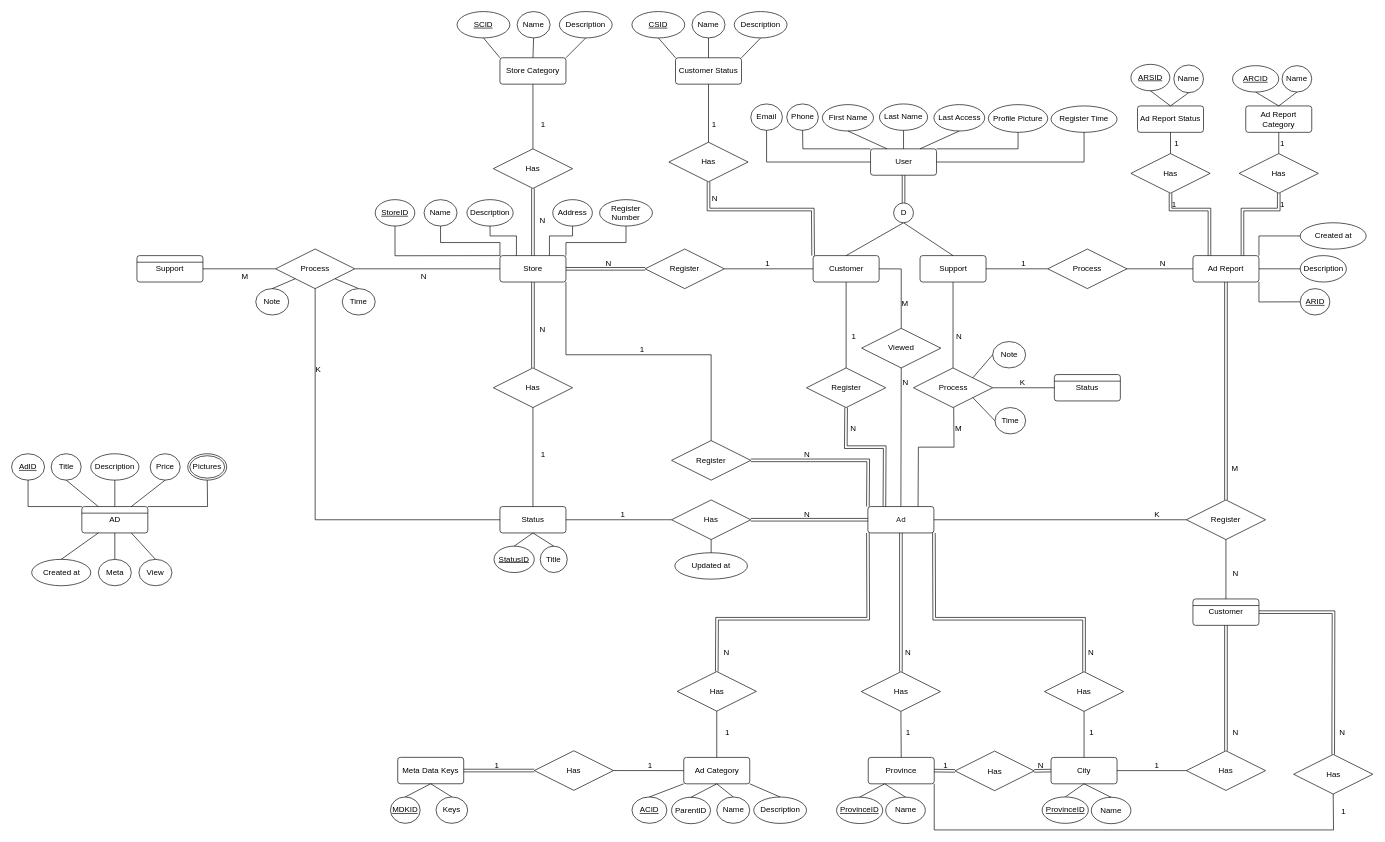
Before: Project.drawio in Bozi303/ERDiagram, a draw.io diagram. Source tidied: cells renumbered, new cells numbered last; positions are measured from the earlier drawing's top-left corner, leaving out a move shared by most shapes. Both pictures are drawn from the tidied source at 66%, with x=0, y=0 at pixel (11, 11).
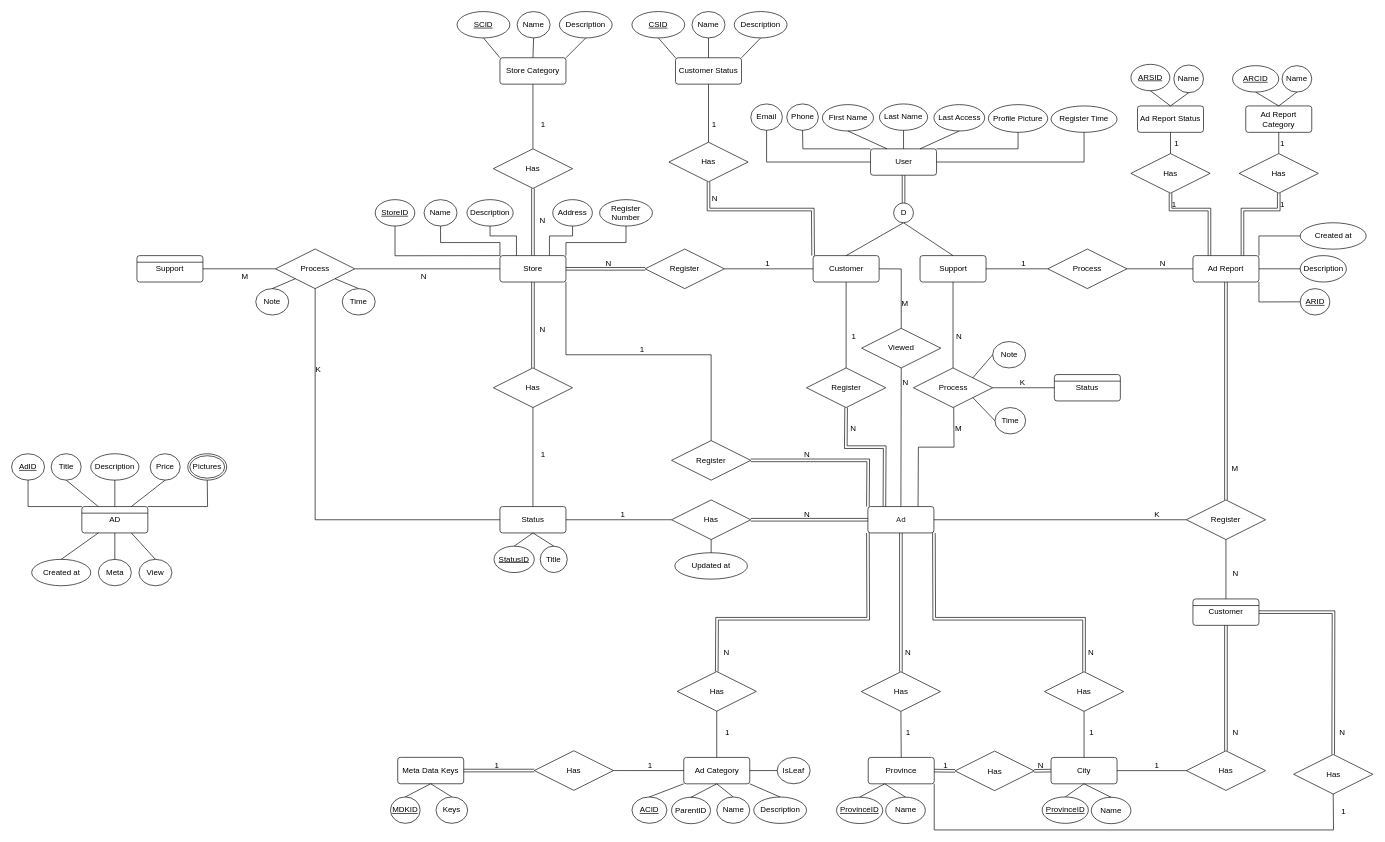
After the change.

Commit message (it also covers changes not shown here):
Updated Ad Category Entity

Unchanged cells that the change refers to:
```xml
<mxCell id="118" value="Ad Category" style="rounded=1;arcSize=10;whiteSpace=wrap;html=1;align=center;" parent="1" vertex="1">
  <mxGeometry x="1018.5" y="1130.1" width="100" height="40" as="geometry" />
</mxCell>
```

What changed in the source:
```diff
@@
+    <mxCell id="240" value="IsLeaf" style="ellipse;whiteSpace=wrap;html=1;align=center;" parent="1" vertex="1">
+      <mxGeometry x="1160" y="1130" width="50" height="40" as="geometry" />
+    </mxCell>
+    <mxCell id="241" style="endArrow=none;html=1;rounded=0;exitX=1;exitY=0.5;exitDx=0;exitDy=0;entryX=0;entryY=0.5;entryDx=0;entryDy=0;" parent="1" edge="1" source="118" target="240">
+      <mxGeometry relative="1" as="geometry" />
+    </mxCell>
```
